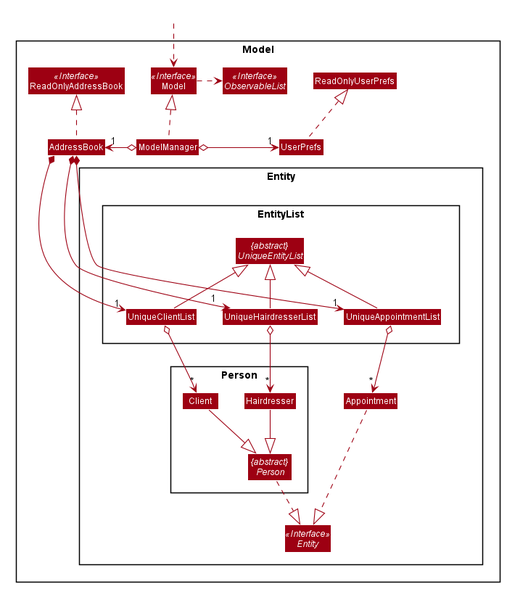
This is docs/images/ModelClassDiagram.png from ya0-yuan/tp, a PlantUML export, as it was before one commit.
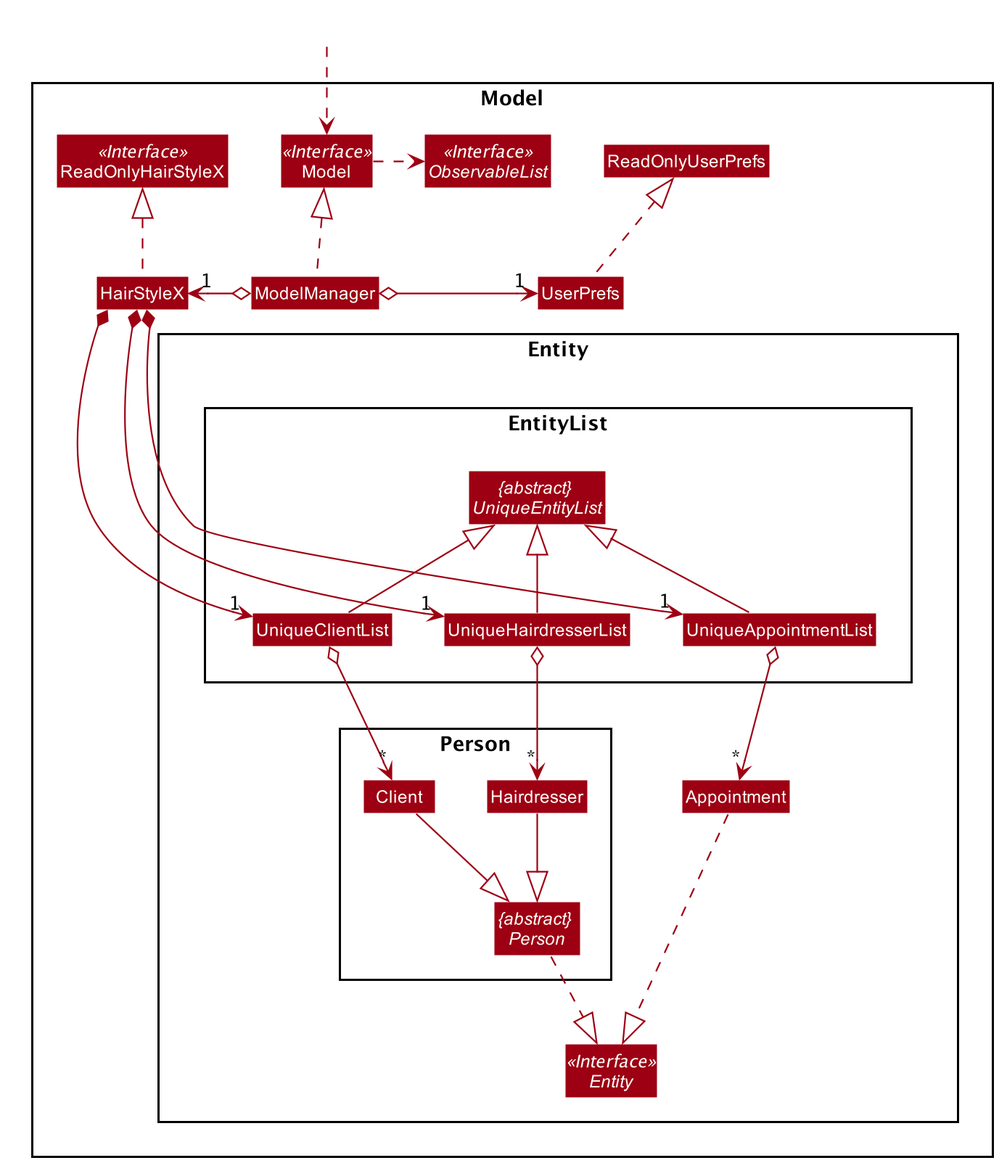
After the commit.

Change to the diagram source:
```diff
@@ -52,11 +52,11 @@
 skinparam classBackgroundColor #9D0012
 
 Package Model <<Rectangle>>{
-Interface ReadOnlyAddressBook <<Interface>>
+Interface ReadOnlyHairStyleX <<Interface>>
 Interface Model <<Interface>>
 Interface ObservableList <<Interface>>
-Class AddressBook
-Class ReadOnlyAddressBook
+Class HairStyleX
+Class ReadOnlyHairStyleX
 Class Model
 Class ModelManager
 Class UserPrefs
@@ -94,7 +94,7 @@
 
 
 
-AddressBook .up.|> ReadOnlyAddressBook
+HairStyleX .up.|> ReadOnlyHairStyleX
 
 Person .down.|> Entity
 Appointment .down.|> Entity
@@ -107,13 +107,13 @@
 
 ModelManager .up.|> Model
 Model .right.> ObservableList
-ModelManager o-left-> "1" AddressBook
+ModelManager o-left-> "1" HairStyleX
 ModelManager o-right-> "1" UserPrefs
 UserPrefs .up.|> ReadOnlyUserPrefs
 
-AddressBook *-down-> "1" UniqueAppointmentList
-AddressBook *-down-> "1" UniqueClientList
-AddressBook *-down-> "1" UniqueHairdresserList
+HairStyleX *-down-> "1" UniqueAppointmentList
+HairStyleX *-down-> "1" UniqueClientList
+HairStyleX *-down-> "1" UniqueHairdresserList
 UniqueAppointmentList o-down-> "*" Appointment
 
 UniqueClientList o-down-> "*" Client
```
